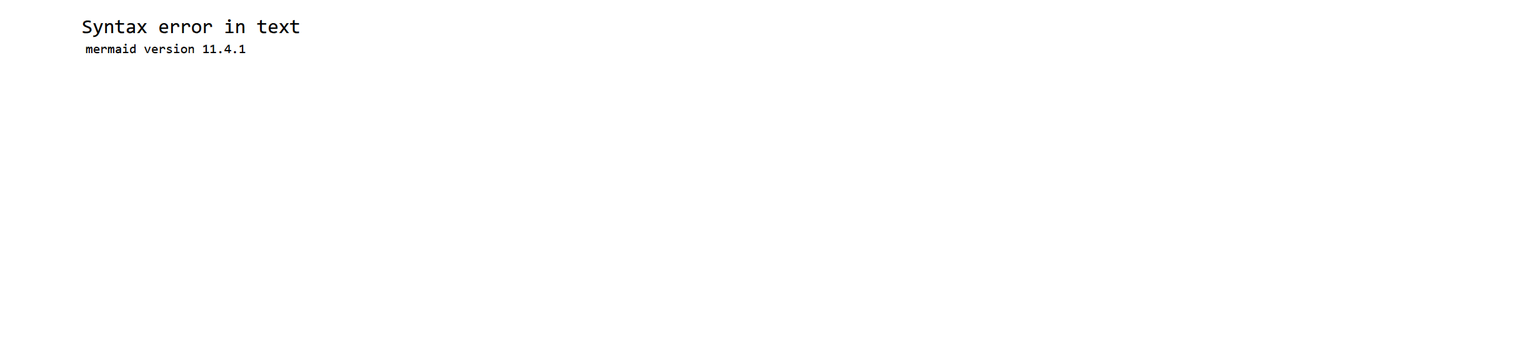
This is docs/atlas/assets/render/containers.png from 9matesu/Opcoda, a Mermaid export, as it was before one commit. Its source is kept beside it as docs/atlas/diagrams/containers.mmd.
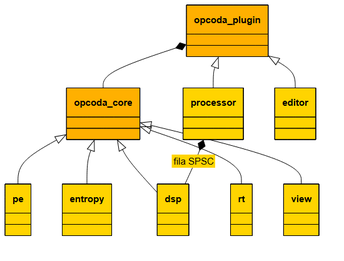
The same file after the commit.

What changed in the source:
```diff
@@ -17,6 +17,6 @@
   opcoda_plugin *-- opcoda_core
   opcoda_plugin <|-- processor
   opcoda_plugin <|-- editor
-  processor -->|fila SPSC| dsp
-  classDef abstract fill:#9AA0A6,stroke:#5F6368,color:#fff,fontStyle:italic
-  classDef concrete fill:#ffffff,stroke:#8B1A1A,stroke-width:1px,color:#202124
+  processor *-- dsp : fila SPSC
+  classDef abstract fill:#FFB000,stroke:#000000,color:#000000
+  classDef concrete fill:#FFD400,stroke:#000000,color:#000000
```
